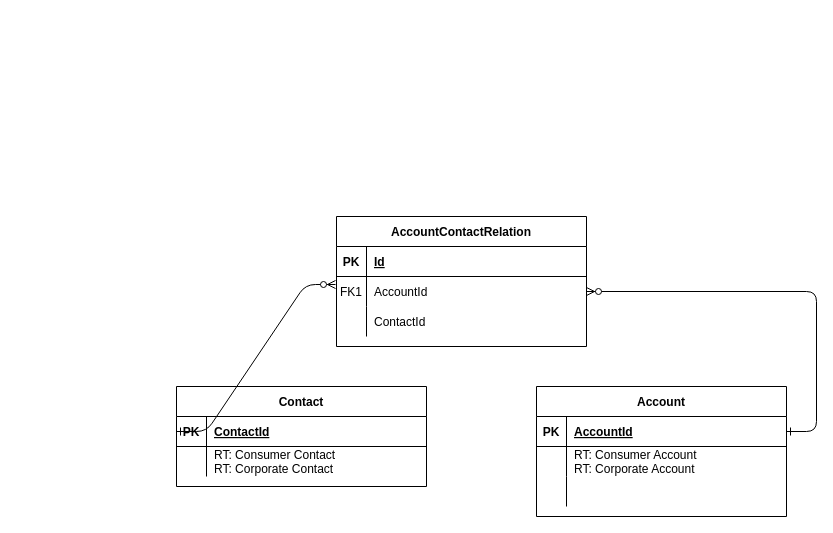
Above: Untitled Diagram.drawio in sivanandjothy/arkangel (draw.io), before the change. Source tidied: cells renumbered, new cells numbered last; positions are measured from the earlier drawing's top-left corner, leaving out a move shared by most shapes. Both pictures are drawn from the tidied source at 100%, with x=0, y=0 at pixel (176, 216).
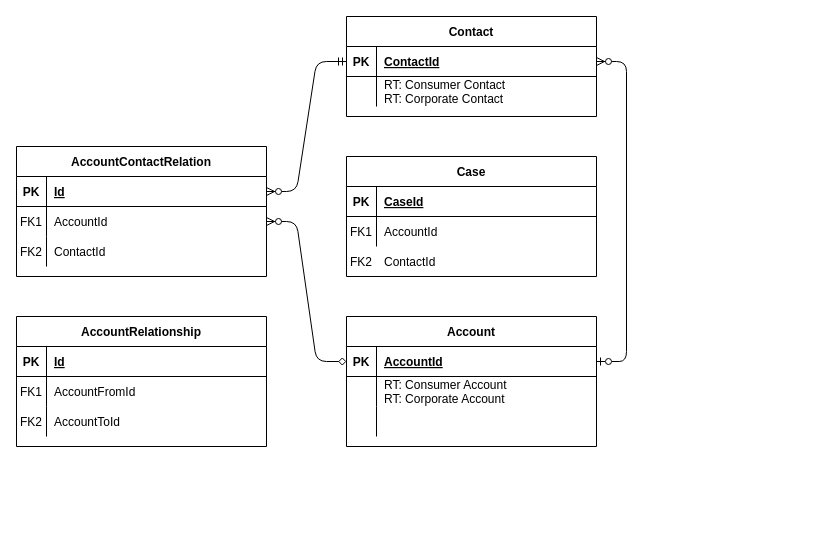
Above is the later version.

Commit message:
Sales and Service Data Model

Unchanged cells that the change refers to:
```xml
<mxCell id="4" style="shape=partialRectangle;fillColor=none;points=[[0,0.5],[1,0.5]];portConstraint=eastwest;top=0;left=0;right=0;bottom=1;" parent="3" vertex="1">
  <mxGeometry y="30" width="250" height="30" as="geometry" />
</mxCell>
<mxCell id="14" style="shape=partialRectangle;fillColor=none;points=[[0,0.5],[1,0.5]];portConstraint=eastwest;top=0;left=0;right=0;bottom=1;" parent="13" vertex="1">
  <mxGeometry y="30" width="250" height="30" as="geometry" />
</mxCell>
<mxCell id="17" style="shape=partialRectangle;fillColor=none;points=[[0,0.5],[1,0.5]];portConstraint=eastwest;top=0;left=0;right=0;bottom=0;" parent="13" vertex="1">
  <mxGeometry y="60" width="250" height="30" as="geometry" />
</mxCell>
<mxCell id="20" style="shape=partialRectangle;fillColor=none;top=0;left=0;right=0;bottom=0;" parent="13" vertex="1">
  <mxGeometry y="90" width="250" height="30" as="geometry" />
</mxCell>
<mxCell id="24" style="shape=partialRectangle;fillColor=none;points=[[0,0.5],[1,0.5]];portConstraint=eastwest;top=0;left=0;right=0;bottom=1;" parent="23" vertex="1">
  <mxGeometry y="30" width="250" height="30" as="geometry" />
</mxCell>
```

The edit, as a diff of the source:
```diff
@@
-    <mxCell id="2" style="edgeStyle=entityRelationEdgeStyle;endArrow=ERzeroToMany;startArrow=ERone;endFill=1;startFill=0;" parent="1" edge="1" source="4" target="17">
+    <mxCell id="2" style="edgeStyle=entityRelationEdgeStyle;endArrow=ERzeroToMany;startArrow=diamond;endFill=1;startFill=0;exitX=0;exitY=0.5;exitDx=0;exitDy=0;" parent="1" edge="1" source="4" target="17">
       <mxGeometry relative="1" as="geometry" />
     </mxCell>
     <mxCell id="3" value="Account" style="shape=table;startSize=30;childLayout=tableLayout;rowLines=0;fontStyle=1;align=center;" parent="1" vertex="1">
-      <mxGeometry x="360" y="170" width="250" height="130" as="geometry" />
+      <mxGeometry x="170" y="100" width="250" height="130" as="geometry" />
     </mxCell>
@@
     <mxCell id="13" value="AccountContactRelation" style="shape=table;startSize=30;childLayout=tableLayout;rowLines=0;fontStyle=1;align=center;" parent="1" vertex="1">
-      <mxGeometry x="160" width="250" height="130" as="geometry" />
+      <mxGeometry x="-160" y="-70" width="250" height="130" as="geometry" />
     </mxCell>
@@
-    <mxCell id="21" style="shape=partialRectangle;overflow=hidden;fillColor=none;top=0;left=0;bottom=0;right=0;" parent="20" vertex="1">
+    <mxCell id="21" value="FK2" style="shape=partialRectangle;overflow=hidden;fillColor=none;top=0;left=0;bottom=0;right=0;" parent="20" vertex="1">
       <mxGeometry width="30" height="30" as="geometry" />
     </mxCell>
@@
     <mxCell id="23" value="Contact" style="shape=table;startSize=30;childLayout=tableLayout;rowLines=0;fontStyle=1;align=center;" parent="1" vertex="1">
-      <mxGeometry y="170" width="250" height="100" as="geometry" />
+      <mxGeometry x="170" y="-200" width="250" height="100" as="geometry" />
     </mxCell>
@@
-    <mxCell id="30" style="edgeStyle=entityRelationEdgeStyle;endArrow=ERzeroToMany;startArrow=ERone;endFill=1;startFill=0;entryX=-0.004;entryY=0.267;entryDx=0;entryDy=0;entryPerimeter=0;exitX=0;exitY=0.5;exitDx=0;exitDy=0;" parent="1" edge="1" source="24" target="17">
+    <mxCell id="30" style="edgeStyle=entityRelationEdgeStyle;endArrow=ERzeroToMany;startArrow=ERmandOne;endFill=1;startFill=0;entryX=1;entryY=0.5;entryDx=0;entryDy=0;exitX=0;exitY=0.5;exitDx=0;exitDy=0;" parent="1" edge="1" source="24" target="14">
       <mxGeometry relative="1" as="geometry" />
     </mxCell>
+    <mxCell id="31" value="Case" style="shape=table;startSize=30;childLayout=tableLayout;rowLines=0;fontStyle=1;align=center;" parent="1" vertex="1">
+      <mxGeometry x="170" y="-60" width="250" height="120" as="geometry" />
+    </mxCell>
+    <mxCell id="32" style="shape=partialRectangle;fillColor=none;top=0;left=0;right=0;bottom=1;" parent="31" vertex="1">
+      <mxGeometry y="30" width="250" height="30" as="geometry" />
+    </mxCell>
+    <mxCell id="33" value="PK" style="shape=partialRectangle;overflow=hidden;fillColor=none;top=0;left=0;bottom=0;right=0;fontStyle=1;" parent="32" vertex="1">
+      <mxGeometry width="30" height="30" as="geometry" />
+    </mxCell>
+    <mxCell id="34" value="CaseId" style="shape=partialRectangle;overflow=hidden;fillColor=none;top=0;left=0;bottom=0;right=0;align=left;spacingLeft=6;fontStyle=5;" parent="32" vertex="1">
+      <mxGeometry x="30" width="220" height="30" as="geometry" />
+    </mxCell>
+    <mxCell id="35" style="shape=partialRectangle;fillColor=none;top=0;left=0;right=0;bottom=0;" parent="31" vertex="1">
+      <mxGeometry y="60" width="250" height="30" as="geometry" />
+    </mxCell>
+    <mxCell id="36" value="FK1" style="shape=partialRectangle;overflow=hidden;fillColor=none;top=0;left=0;bottom=0;right=0;" parent="35" vertex="1">
+      <mxGeometry width="30" height="30" as="geometry" />
+    </mxCell>
+    <mxCell id="37" value="AccountId" style="shape=partialRectangle;overflow=hidden;fillColor=none;top=0;left=0;bottom=0;right=0;align=left;spacingLeft=6;" parent="35" vertex="1">
+      <mxGeometry x="30" width="220" height="30" as="geometry" />
+    </mxCell>
+    <mxCell id="38" style="shape=partialRectangle;fillColor=none;top=0;left=0;right=0;bottom=0;" parent="1" vertex="1">
+      <mxGeometry x="170" y="30" width="250" height="30" as="geometry" />
+    </mxCell>
+    <mxCell id="39" value="FK2" style="shape=partialRectangle;overflow=hidden;fillColor=none;top=0;left=0;bottom=0;right=0;" parent="38" vertex="1">
+      <mxGeometry width="30" height="30" as="geometry" />
+    </mxCell>
+    <mxCell id="40" value="ContactId" style="shape=partialRectangle;overflow=hidden;fillColor=none;top=0;left=0;bottom=0;right=0;align=left;spacingLeft=6;" parent="38" vertex="1">
+      <mxGeometry x="30" width="220" height="30" as="geometry" />
+    </mxCell>
+    <mxCell id="41" style="edgeStyle=entityRelationEdgeStyle;endArrow=ERzeroToMany;startArrow=ERzeroToOne;endFill=1;startFill=0;exitX=1;exitY=0.5;exitDx=0;exitDy=0;entryX=1;entryY=0.5;entryDx=0;entryDy=0;" parent="1" edge="1" source="4" target="24">
+      <mxGeometry relative="1" as="geometry" />
+    </mxCell>
+    <mxCell id="42" value="AccountRelationship" style="shape=table;startSize=30;childLayout=tableLayout;rowLines=0;fontStyle=1;align=center;" parent="1" vertex="1">
+      <mxGeometry x="-160" y="100" width="250" height="130" as="geometry" />
+    </mxCell>
+    <mxCell id="43" style="shape=partialRectangle;fillColor=none;top=0;left=0;right=0;bottom=1;" parent="42" vertex="1">
+      <mxGeometry y="30" width="250" height="30" as="geometry" />
+    </mxCell>
+    <mxCell id="44" value="PK" style="shape=partialRectangle;overflow=hidden;fillColor=none;top=0;left=0;bottom=0;right=0;fontStyle=1;" parent="43" vertex="1">
+      <mxGeometry width="30" height="30" as="geometry" />
+    </mxCell>
+    <mxCell id="45" value="Id" style="shape=partialRectangle;overflow=hidden;fillColor=none;top=0;left=0;bottom=0;right=0;align=left;spacingLeft=6;fontStyle=5;" parent="43" vertex="1">
+      <mxGeometry x="30" width="220" height="30" as="geometry" />
+    </mxCell>
+    <mxCell id="46" style="shape=partialRectangle;fillColor=none;top=0;left=0;right=0;bottom=0;" parent="42" vertex="1">
+      <mxGeometry y="60" width="250" height="30" as="geometry" />
+    </mxCell>
+    <mxCell id="47" value="FK1" style="shape=partialRectangle;overflow=hidden;fillColor=none;top=0;left=0;bottom=0;right=0;" parent="46" vertex="1">
+      <mxGeometry width="30" height="30" as="geometry" />
+    </mxCell>
+    <mxCell id="48" value="AccountFromId" style="shape=partialRectangle;overflow=hidden;fillColor=none;top=0;left=0;bottom=0;right=0;align=left;spacingLeft=6;" parent="46" vertex="1">
+      <mxGeometry x="30" width="220" height="30" as="geometry" />
+    </mxCell>
+    <mxCell id="49" style="shape=partialRectangle;fillColor=none;top=0;left=0;right=0;bottom=0;" parent="42" vertex="1">
+      <mxGeometry y="90" width="250" height="30" as="geometry" />
+    </mxCell>
+    <mxCell id="50" value="FK2" style="shape=partialRectangle;overflow=hidden;fillColor=none;top=0;left=0;bottom=0;right=0;" parent="49" vertex="1">
+      <mxGeometry width="30" height="30" as="geometry" />
+    </mxCell>
+    <mxCell id="51" value="AccountToId" style="shape=partialRectangle;overflow=hidden;fillColor=none;top=0;left=0;bottom=0;right=0;align=left;spacingLeft=6;" parent="49" vertex="1">
+      <mxGeometry x="30" width="220" height="30" as="geometry" />
+    </mxCell>
```
